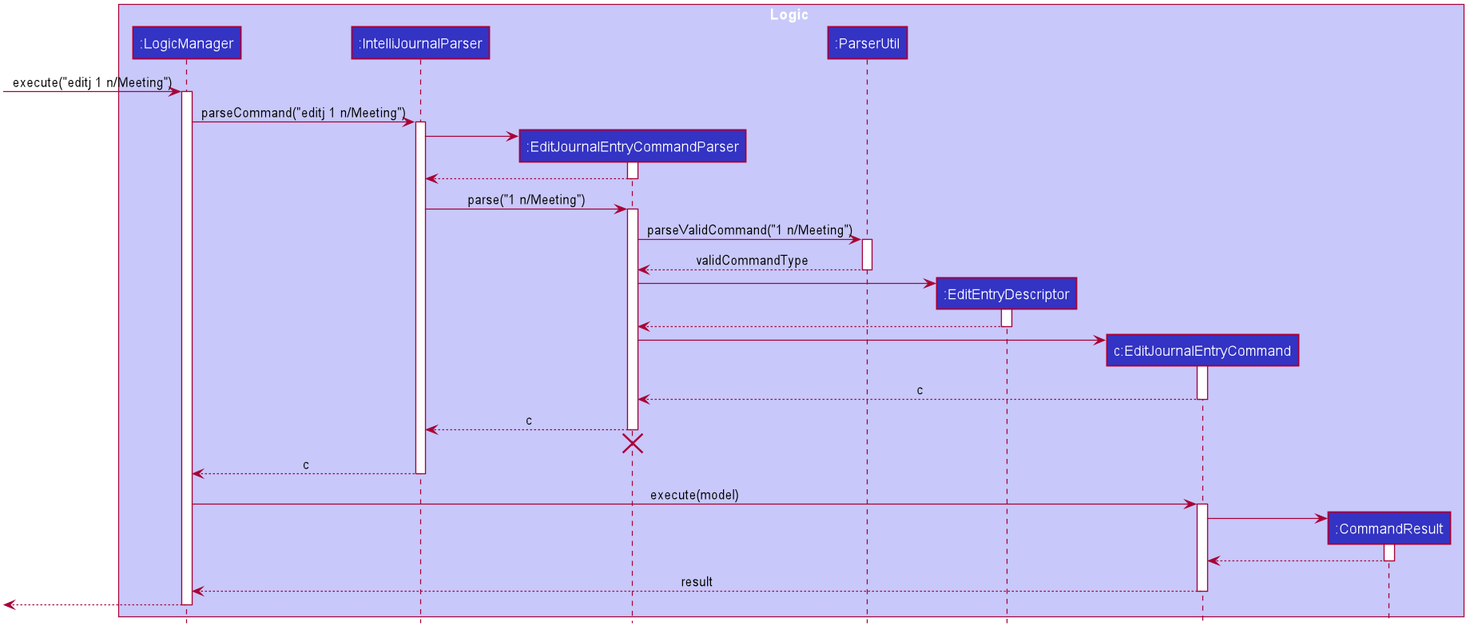
Before: docs/images/EditJournalSequenceDiagram.png, a diagram exported from PlantUML (zhXchD/tp). Source of this version:
```plantuml
@startuml








skinparam BackgroundColor #FFFFFFF

skinparam Shadowing false

skinparam Class {
    FontColor #FFFFFF
    BorderThickness 1
    BorderColor #FFFFFF
    StereotypeFontColor #FFFFFF
    FontName Arial
}

skinparam Actor {
    BorderColor #000000
    Color #000000
    FontName Arial
}

skinparam Sequence {
    MessageAlign center
    BoxFontSize 15
    BoxPadding 0
    BoxFontColor #FFFFFF
    FontName Arial
}

skinparam Participant {
    FontColor #FFFFFFF
    Padding 20
}

skinparam MinClassWidth 50
skinparam ParticipantPadding 10
skinparam Shadowing false
skinparam DefaultTextAlignment center
skinparam packageStyle Rectangle

hide footbox
hide members
hide circle

box Logic #C8C8FA
participant ":LogicManager" as LogicManager #3333C4
participant ":IntelliJournalParser" as IntelliJournalParser #3333C4
participant ":EditJournalEntryCommandParser" as EditJournalEntryCommandParser #3333C4
participant ":ParserUtil" as ParserUtil #3333C4
participant ":EditEntryDescriptor" as EditEntryDescriptor #3333C4
participant "c:EditJournalEntryCommand" as EditJournalEntryCommand #3333C4
participant ":CommandResult" as CommandResult #3333C4
end box

[-> LogicManager : execute("editj 1 n/Meeting")
activate LogicManager

LogicManager -> IntelliJournalParser : parseCommand("editj 1 n/Meeting")
activate IntelliJournalParser

create EditJournalEntryCommandParser
IntelliJournalParser -> EditJournalEntryCommandParser
activate EditJournalEntryCommandParser

EditJournalEntryCommandParser --> IntelliJournalParser
deactivate EditJournalEntryCommandParser

IntelliJournalParser -> EditJournalEntryCommandParser : parse("1 n/Meeting")
activate EditJournalEntryCommandParser

EditJournalEntryCommandParser -> ParserUtil : parseValidCommand("1 n/Meeting")
activate ParserUtil

ParserUtil --> EditJournalEntryCommandParser : validCommandType
deactivate ParserUtil

create EditEntryDescriptor
EditJournalEntryCommandParser -> EditEntryDescriptor
activate EditEntryDescriptor
EditEntryDescriptor --> EditJournalEntryCommandParser
deactivate EditEntryDescriptor



create EditJournalEntryCommand
EditJournalEntryCommandParser -> EditJournalEntryCommand
activate EditJournalEntryCommand

EditJournalEntryCommand --> EditJournalEntryCommandParser : c
deactivate EditJournalEntryCommand

EditJournalEntryCommandParser --> IntelliJournalParser : c
deactivate EditJournalEntryCommandParser
EditJournalEntryCommandParser -[hidden]-> IntelliJournalParser
destroy EditJournalEntryCommandParser

IntelliJournalParser --> LogicManager : c
deactivate IntelliJournalParser

LogicManager -> EditJournalEntryCommand : execute(model)
activate EditJournalEntryCommand

create CommandResult
EditJournalEntryCommand -> CommandResult
activate CommandResult



CommandResult --> EditJournalEntryCommand
deactivate CommandResult

EditJournalEntryCommand --> LogicManager : result
deactivate EditJournalEntryCommand

[<--LogicManager
deactivate LogicManager
@enduml
```
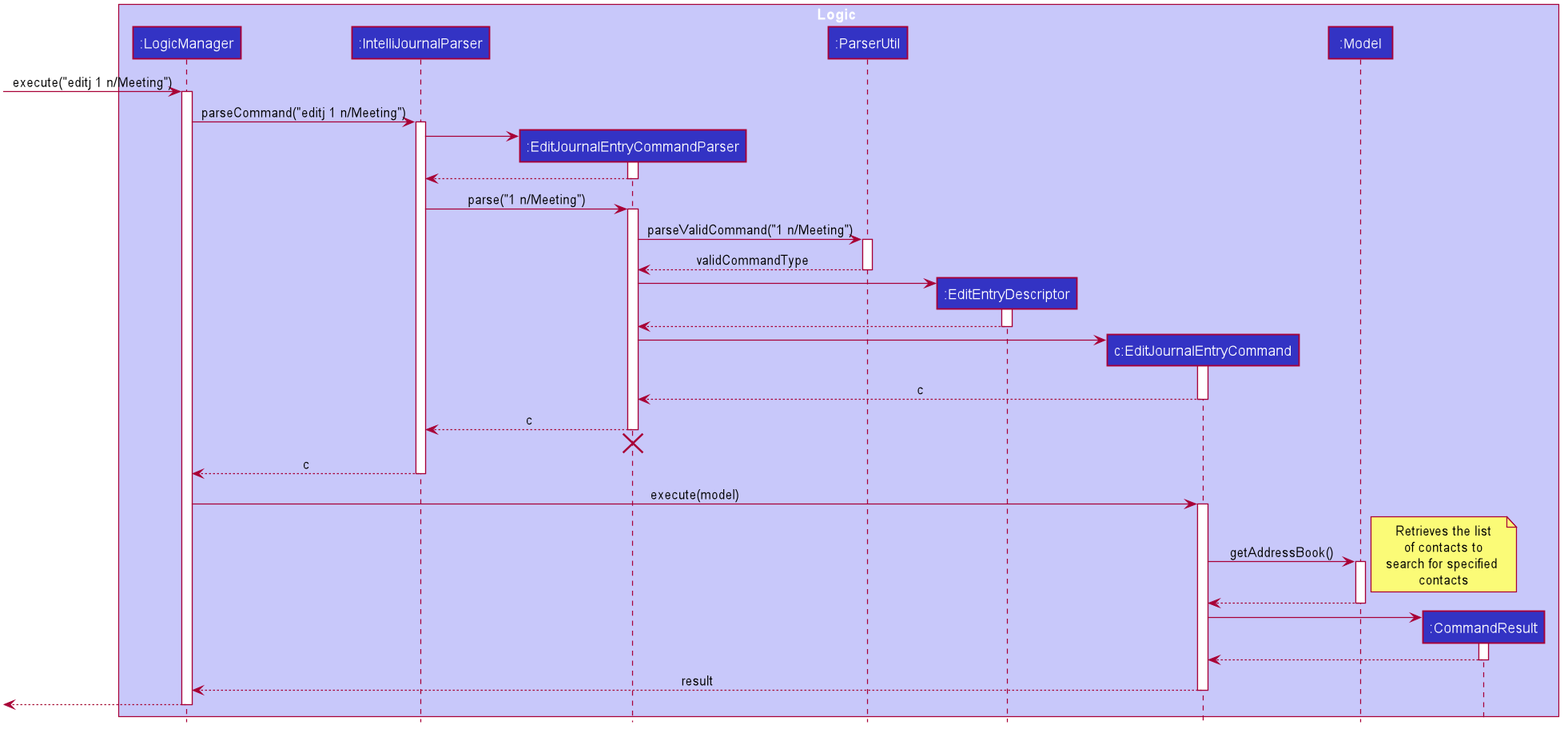
The same diagram one commit later.

The edit, as a diff of the source:
```diff
@@ -55,6 +55,7 @@
 participant ":ParserUtil" as ParserUtil #3333C4
 participant ":EditEntryDescriptor" as EditEntryDescriptor #3333C4
 participant "c:EditJournalEntryCommand" as EditJournalEntryCommand #3333C4
+participant ":Model" as Model #3333C4
 participant ":CommandResult" as CommandResult #3333C4
 end box
 
@@ -105,6 +106,11 @@
 
 LogicManager -> EditJournalEntryCommand : execute(model)
 activate EditJournalEntryCommand
+EditJournalEntryCommand -> Model : getAddressBook()
+note right: Retrieves the list\nof contacts to\nsearch for specified \ncontacts
+activate Model
+Model --> EditJournalEntryCommand
+deactivate Model
 
 create CommandResult
 EditJournalEntryCommand -> CommandResult
```
